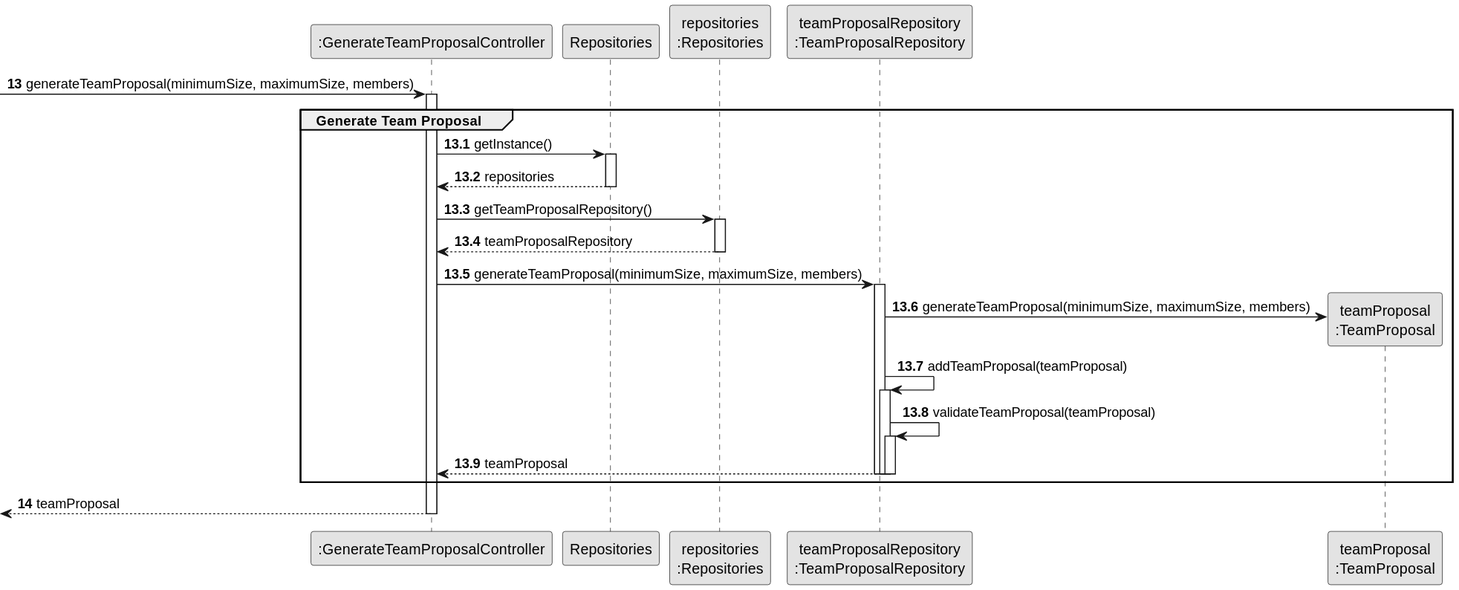
Above: docs/sprintB/us005/03.design/svg/us005-sequence-diagram-partial-generate-team-proposal.svg in diogoveirospro/lei-24-s2-1dg-g072 (PlantUML), before the change.
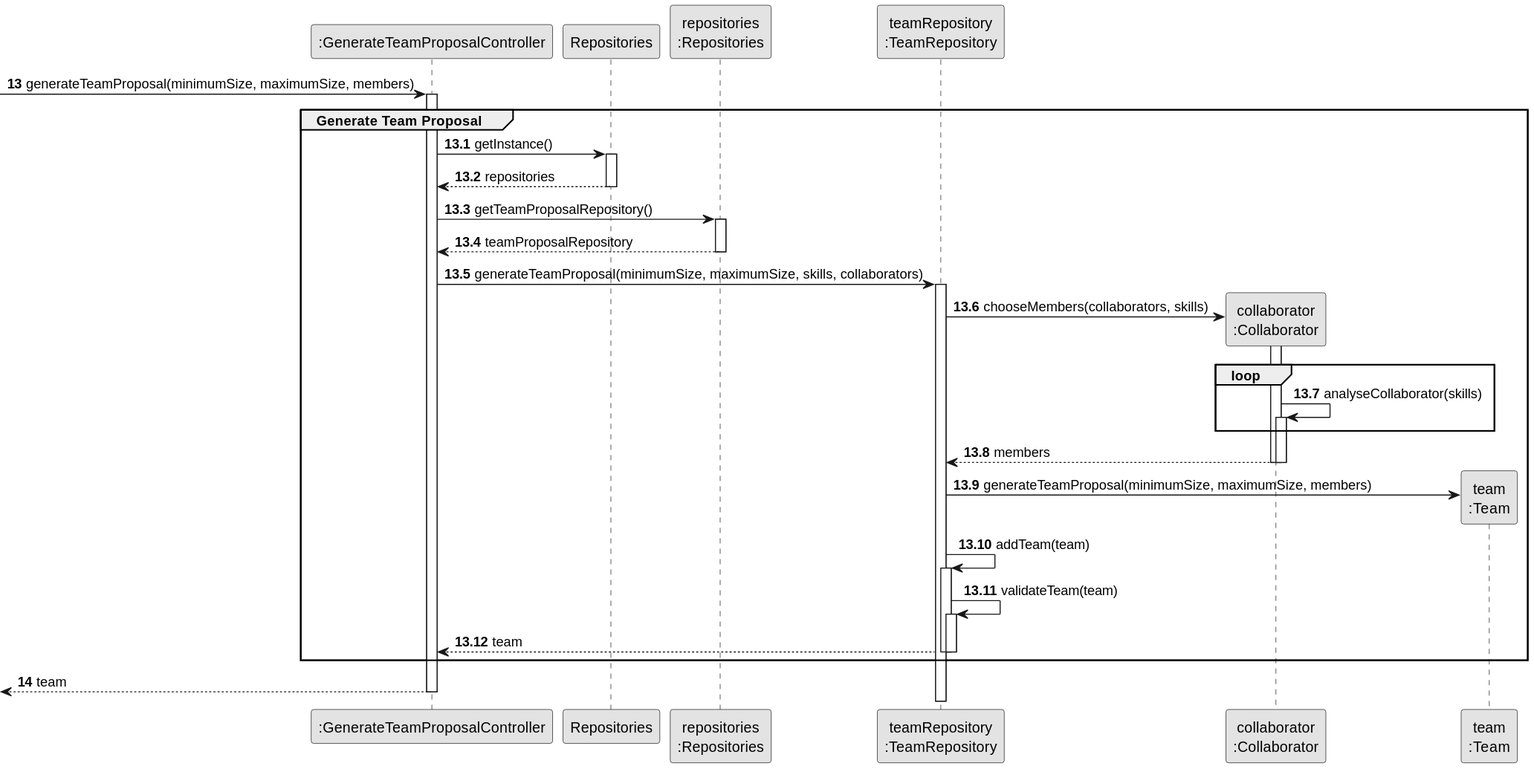
Later version of the same file.

Commit message:
Some changes to the US05 sequence diagrams

Diff of the diagram source:
```diff
@@ -6,8 +6,9 @@
 participant ":GenerateTeamProposalController" as CTRL
 participant Repositories
 participant "repositories\n:Repositories" as REP
-participant "teamProposalRepository\n:TeamProposalRepository" as TEAMPROREP
-participant "teamProposal\n:TeamProposal" as teamProposal
+participant "teamRepository\n:TeamRepository" as TEAMREP
+participant "collaborator\n:Collaborator" as COLLAB
+participant "team\n:Team" as team
 
 autonumber 13
 -> CTRL : generateTeamProposal(minimumSize, maximumSize, members)
@@ -29,29 +30,40 @@
             REP --> CTRL: teamProposalRepository
         deactivate REP
 
-        CTRL -> TEAMPROREP: generateTeamProposal(minimumSize, maximumSize, members)
-        activate TEAMPROREP
+        CTRL -> TEAMREP: generateTeamProposal(minimumSize, maximumSize, skills, collaborators)
+        activate TEAMREP
 
-            TEAMPROREP -> teamProposal**: generateTeamProposal(minimumSize, maximumSize, members)
+            TEAMREP -> COLLAB**: chooseMembers(collaborators, skills)
+            activate COLLAB
 
-                TEAMPROREP -> TEAMPROREP : addTeamProposal(teamProposal)
-                activate TEAMPROREP
+            loop
 
-                TEAMPROREP -> TEAMPROREP : validateTeamProposal(teamProposal)
-                activate TEAMPROREP
+                COLLAB -> COLLAB: analyseCollaborator(skills)
+                activate COLLAB
 
-            TEAMPROREP --> CTRL: teamProposal
+            end
+                COLLAB --> TEAMREP: members
+                deactivate COLLAB
 
-            deactivate TEAMPROREP
+            deactivate COLLAB
 
-            deactivate TEAMPROREP
+            TEAMREP -> team**: generateTeamProposal(minimumSize, maximumSize, members)
 
-        deactivate TEAMPROREP
+                TEAMREP -> TEAMREP : addTeam(team)
+                activate TEAMREP
 
+                TEAMREP -> TEAMREP : validateTeam(team)
+                activate TEAMREP
+
+            TEAMREP --> CTRL: team
+
+                deactivate TEAMREP
+
+                deactivate TEAMREP
     end group
 
     autonumber 14
-    <-- CTRL : teamProposal
+    <-- CTRL : team
 
 deactivate CTRL
 @enduml
```
